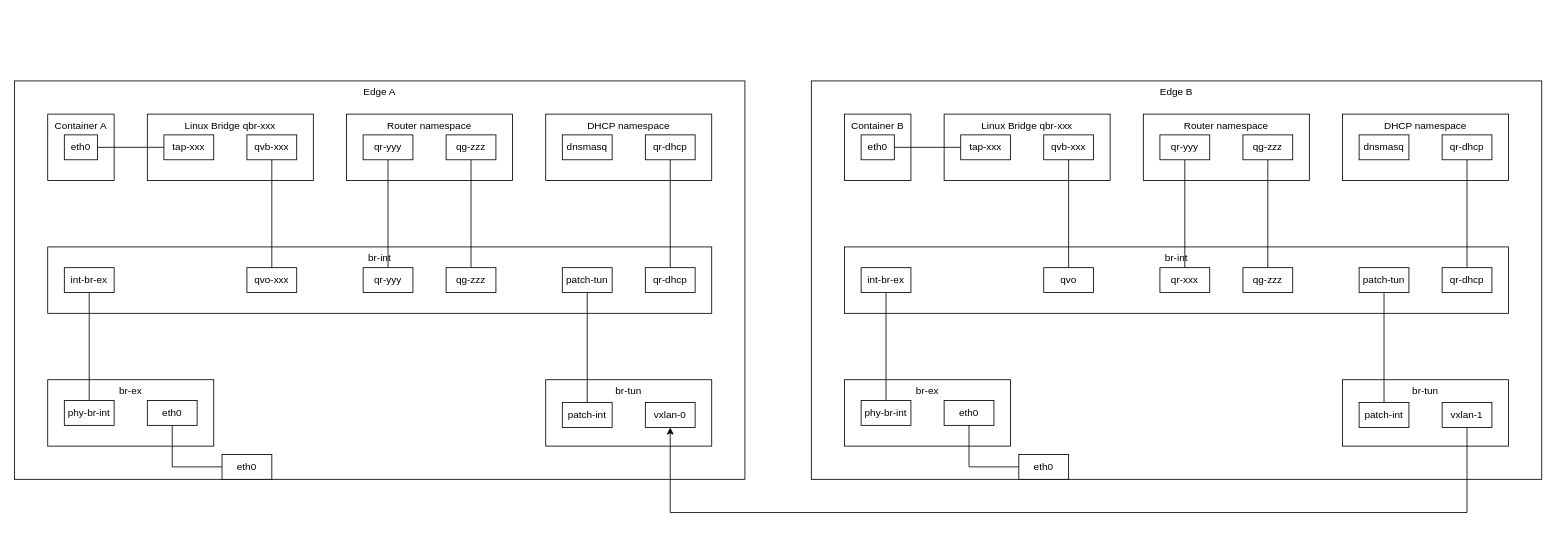
Before: page "单节点同一子网" (1 of 4) of test.drawio in wangkuntian/draw, a draw.io diagram. Source tidied: cells renumbered, new cells numbered last; positions are measured from the earlier drawing's top-left corner, leaving out a move shared by most shapes. Both pictures are drawn from the tidied source at 83%, with x=0, y=0 at pixel (14, 81).
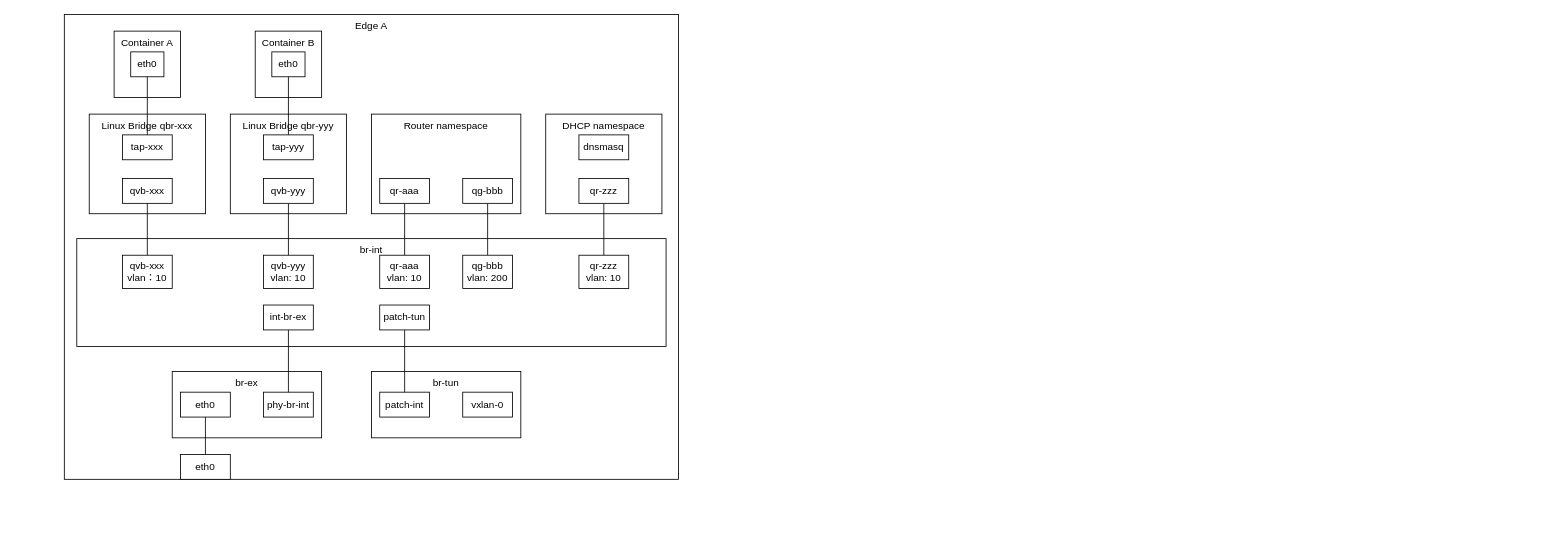
The same diagram, later.

Change to the diagram source:
```diff
@@
     <mxCell id="2" value="Edge A" style="rounded=0;whiteSpace=wrap;html=1;verticalAlign=top;" parent="1" vertex="1">
-      <mxGeometry width="880" height="480" as="geometry" />
+      <mxGeometry x="60" y="-80" width="740" height="560" as="geometry" />
     </mxCell>
     <mxCell id="3" value="Container A" style="whiteSpace=wrap;html=1;verticalAlign=top;strokeColor=default;align=center;fontFamily=Helvetica;fontSize=12;fontColor=default;fillColor=default;" parent="1" vertex="1">
-      <mxGeometry x="40" y="40" width="80" height="80" as="geometry" />
+      <mxGeometry x="120" y="-60" width="80" height="80" as="geometry" />
     </mxCell>
     <mxCell id="4" value="eth0" style="rounded=0;whiteSpace=wrap;html=1;" parent="1" vertex="1">
-      <mxGeometry x="60" y="65" width="40" height="30" as="geometry" />
+      <mxGeometry x="140" y="-35" width="40" height="30" as="geometry" />
     </mxCell>
     <mxCell id="5" value="Linux Bridge qbr-xxx" style="rounded=0;whiteSpace=wrap;html=1;verticalAlign=top;" parent="1" vertex="1">
-      <mxGeometry x="160" y="40" width="200" height="80" as="geometry" />
+      <mxGeometry x="90" y="40" width="140" height="120" as="geometry" />
     </mxCell>
     <mxCell id="6" value="tap-xxx" style="rounded=0;whiteSpace=wrap;html=1;" parent="1" vertex="1">
-      <mxGeometry x="180" y="65" width="60" height="30" as="geometry" />
+      <mxGeometry x="130" y="65" width="60" height="30" as="geometry" />
     </mxCell>
     <mxCell id="7" value="qvb-xxx" style="rounded=0;whiteSpace=wrap;html=1;" parent="1" vertex="1">
-      <mxGeometry x="280" y="65" width="60" height="30" as="geometry" />
+      <mxGeometry x="130" y="117.5" width="60" height="30" as="geometry" />
     </mxCell>
     <mxCell id="8" value="br-int" style="rounded=0;whiteSpace=wrap;html=1;verticalAlign=top;" parent="1" vertex="1">
-      <mxGeometry x="40" y="200" width="800" height="80" as="geometry" />
+      <mxGeometry x="75" y="190" width="710" height="130" as="geometry" />
     </mxCell>
-    <mxCell id="9" value="qvo-xxx" style="rounded=0;whiteSpace=wrap;html=1;" parent="1" vertex="1">
-      <mxGeometry x="280" y="225" width="60" height="30" as="geometry" />
-    </mxCell>
     <mxCell id="10" value="DHCP namespace" style="rounded=0;whiteSpace=wrap;html=1;verticalAlign=top;" parent="1" vertex="1">
-      <mxGeometry x="640" y="40" width="200" height="80" as="geometry" />
+      <mxGeometry x="640" y="40" width="140" height="120" as="geometry" />
     </mxCell>
-    <mxCell id="11" style="edgeStyle=orthogonalEdgeStyle;rounded=0;jettySize=auto;html=1;entryX=0.5;entryY=0;entryDx=0;entryDy=0;endArrow=none;startFill=0;" parent="1" edge="1" source="12" target="14">
+    <mxCell id="11" style="edgeStyle=orthogonalEdgeStyle;rounded=0;jettySize=auto;html=1;endArrow=none;startFill=0;" parent="1" edge="1" source="12" target="14">
       <mxGeometry relative="1" as="geometry" />
     </mxCell>
-    <mxCell id="12" value="qr-dhcp" style="rounded=0;whiteSpace=wrap;html=1;" parent="1" vertex="1">
-      <mxGeometry x="760" y="65" width="60" height="30" as="geometry" />
+    <mxCell id="12" value="qr-zzz" style="rounded=0;whiteSpace=wrap;html=1;" parent="1" vertex="1">
+      <mxGeometry x="680" y="117.5" width="60" height="30" as="geometry" />
     </mxCell>
-    <mxCell id="13" value="qr-yyy" style="rounded=0;whiteSpace=wrap;html=1;" parent="1" vertex="1">
-      <mxGeometry x="420" y="225" width="60" height="30" as="geometry" />
+    <mxCell id="13" value="qr-aaa&lt;div&gt;vlan: 10&lt;/div&gt;" style="rounded=0;whiteSpace=wrap;html=1;" parent="1" vertex="1">
+      <mxGeometry x="440" y="210" width="60" height="40" as="geometry" />
     </mxCell>
-    <mxCell id="14" value="qr-dhcp" style="rounded=0;whiteSpace=wrap;html=1;" parent="1" vertex="1">
-      <mxGeometry x="760" y="225" width="60" height="30" as="geometry" />
+    <mxCell id="14" value="qr-zzz&lt;br&gt;vlan: 10" style="rounded=0;whiteSpace=wrap;html=1;" parent="1" vertex="1">
+      <mxGeometry x="680" y="210" width="60" height="40" as="geometry" />
     </mxCell>
     <mxCell id="15" value="dnsmasq" style="rounded=0;whiteSpace=wrap;html=1;" parent="1" vertex="1">
-      <mxGeometry x="660" y="65" width="60" height="30" as="geometry" />
+      <mxGeometry x="680" y="65" width="60" height="30" as="geometry" />
     </mxCell>
     <mxCell id="16" value="Router namespace" style="rounded=0;whiteSpace=wrap;html=1;verticalAlign=top;" parent="1" vertex="1">
-      <mxGeometry x="400" y="40" width="200" height="80" as="geometry" />
+      <mxGeometry x="430" y="40" width="180" height="120" as="geometry" />
     </mxCell>
-    <mxCell id="17" style="edgeStyle=orthogonalEdgeStyle;rounded=0;jettySize=auto;html=1;entryX=0.5;entryY=0;entryDx=0;entryDy=0;endArrow=none;startFill=0;" parent="1" edge="1" source="18" target="13">
+    <mxCell id="17" style="edgeStyle=orthogonalEdgeStyle;rounded=0;jettySize=auto;html=1;endArrow=none;startFill=0;" parent="1" edge="1" source="18" target="13">
       <mxGeometry relative="1" as="geometry" />
     </mxCell>
-    <mxCell id="18" value="qr-yyy" style="rounded=0;whiteSpace=wrap;html=1;" parent="1" vertex="1">
-      <mxGeometry x="420" y="65" width="60" height="30" as="geometry" />
+    <mxCell id="18" value="qr-aaa" style="rounded=0;whiteSpace=wrap;html=1;" parent="1" vertex="1">
+      <mxGeometry x="440" y="117.5" width="60" height="30" as="geometry" />
     </mxCell>
@@
-    <mxCell id="20" value="qg-zzz" style="rounded=0;whiteSpace=wrap;html=1;" parent="1" vertex="1">
-      <mxGeometry x="520" y="65" width="60" height="30" as="geometry" />
-    </mxCell>
     <mxCell id="21" value="br-tun&lt;div&gt;&lt;br&gt;&lt;/div&gt;" style="rounded=0;whiteSpace=wrap;html=1;verticalAlign=top;" parent="1" vertex="1">
-      <mxGeometry x="640" y="360" width="200" height="80" as="geometry" />
+      <mxGeometry x="430" y="350" width="180" height="80" as="geometry" />
     </mxCell>
     <mxCell id="22" value="br-ex&lt;div&gt;&lt;br&gt;&lt;/div&gt;" style="rounded=0;whiteSpace=wrap;html=1;verticalAlign=top;" parent="1" vertex="1">
-      <mxGeometry x="40" y="360" width="200" height="80" as="geometry" />
+      <mxGeometry x="190" y="350" width="180" height="80" as="geometry" />
     </mxCell>
     <mxCell id="23" value="eth0" style="rounded=0;whiteSpace=wrap;html=1;" parent="1" vertex="1">
-      <mxGeometry x="160" y="385" width="60" height="30" as="geometry" />
+      <mxGeometry x="200" y="375" width="60" height="30" as="geometry" />
     </mxCell>
-    <mxCell id="24" style="edgeStyle=orthogonalEdgeStyle;rounded=0;jettySize=auto;html=1;entryX=0.5;entryY=1;entryDx=0;entryDy=0;endArrow=none;startFill=0;" parent="1" edge="1" source="25" target="26">
-      <mxGeometry relative="1" as="geometry" />
-    </mxCell>
     <mxCell id="25" value="patch-int" style="rounded=0;whiteSpace=wrap;html=1;" parent="1" vertex="1">
-      <mxGeometry x="660" y="387.5" width="60" height="30" as="geometry" />
+      <mxGeometry x="440" y="375" width="60" height="30" as="geometry" />
     </mxCell>
-    <mxCell id="26" value="patch-tun" style="rounded=0;whiteSpace=wrap;html=1;" parent="1" vertex="1">
-      <mxGeometry x="660" y="225" width="60" height="30" as="geometry" />
-    </mxCell>
-    <mxCell id="27" style="edgeStyle=orthogonalEdgeStyle;rounded=0;jettySize=auto;html=1;endArrow=none;startFill=0;" parent="1" edge="1" source="28" target="29">
-      <mxGeometry relative="1" as="geometry" />
-    </mxCell>
-    <mxCell id="28" value="int-br-ex" style="rounded=0;whiteSpace=wrap;html=1;" parent="1" vertex="1">
-      <mxGeometry x="60" y="225" width="60" height="30" as="geometry" />
-    </mxCell>
     <mxCell id="29" value="phy-br-int" style="rounded=0;whiteSpace=wrap;html=1;" parent="1" vertex="1">
-      <mxGeometry x="60" y="385" width="60" height="30" as="geometry" />
+      <mxGeometry x="300" y="375" width="60" height="30" as="geometry" />
     </mxCell>
@@
-    <mxCell id="31" style="edgeStyle=orthogonalEdgeStyle;rounded=0;jettySize=auto;html=1;entryX=0.5;entryY=0;entryDx=0;entryDy=0;endArrow=none;startFill=0;" parent="1" edge="1" source="7" target="9">
-      <mxGeometry relative="1" as="geometry" />
+    <mxCell id="31" style="edgeStyle=orthogonalEdgeStyle;rounded=0;jettySize=auto;html=1;entryX=0.5;entryY=0;entryDx=0;entryDy=0;endArrow=none;startFill=0;" parent="1" edge="1" source="7">
+      <mxGeometry relative="1" as="geometry">
+        <mxPoint x="160" y="225" as="targetPoint" />
+      </mxGeometry>
     </mxCell>
-    <mxCell id="32" value="qg-zzz" style="rounded=0;whiteSpace=wrap;html=1;" parent="1" vertex="1">
-      <mxGeometry x="520" y="225" width="60" height="30" as="geometry" />
+    <mxCell id="32" value="qg-bbb&lt;div&gt;vlan: 200&lt;/div&gt;" style="rounded=0;whiteSpace=wrap;html=1;" parent="1" vertex="1">
+      <mxGeometry x="540" y="210" width="60" height="40" as="geometry" />
     </mxCell>
@@
     <mxCell id="34" value="eth0" style="rounded=0;whiteSpace=wrap;html=1;" parent="1" vertex="1">
-      <mxGeometry x="250" y="450" width="60" height="30" as="geometry" />
+      <mxGeometry x="200" y="450" width="60" height="30" as="geometry" />
     </mxCell>
-    <mxCell id="35" value="Edge B" style="rounded=0;whiteSpace=wrap;html=1;verticalAlign=top;" parent="1" vertex="1">
-      <mxGeometry x="960" width="880" height="480" as="geometry" />
-    </mxCell>
+    <mxCell id="68" value="vxlan-0" style="rounded=0;whiteSpace=wrap;html=1;" parent="1" vertex="1">
+      <mxGeometry x="540" y="375" width="60" height="30" as="geometry" />
+    </mxCell>
     <mxCell id="36" value="Container B" style="whiteSpace=wrap;html=1;verticalAlign=top;strokeColor=default;align=center;fontFamily=Helvetica;fontSize=12;fontColor=default;fillColor=default;" parent="1" vertex="1">
-      <mxGeometry x="1000" y="40" width="80" height="80" as="geometry" />
+      <mxGeometry x="290" y="-60" width="80" height="80" as="geometry" />
     </mxCell>
-    <mxCell id="37" value="eth0" style="rounded=0;whiteSpace=wrap;html=1;" parent="1" vertex="1">
-      <mxGeometry x="1020" y="65" width="40" height="30" as="geometry" />
-    </mxCell>
-    <mxCell id="38" value="Linux Bridge qbr-xxx" style="rounded=0;whiteSpace=wrap;html=1;verticalAlign=top;" parent="1" vertex="1">
-      <mxGeometry x="1120" y="40" width="200" height="80" as="geometry" />
-    </mxCell>
-    <mxCell id="39" value="tap-xxx" style="rounded=0;whiteSpace=wrap;html=1;" parent="1" vertex="1">
-      <mxGeometry x="1140" y="65" width="60" height="30" as="geometry" />
-    </mxCell>
-    <mxCell id="40" value="qvb-xxx" style="rounded=0;whiteSpace=wrap;html=1;" parent="1" vertex="1">
-      <mxGeometry x="1240" y="65" width="60" height="30" as="geometry" />
-    </mxCell>
-    <mxCell id="41" value="br-int" style="rounded=0;whiteSpace=wrap;html=1;verticalAlign=top;" parent="1" vertex="1">
-      <mxGeometry x="1000" y="200" width="800" height="80" as="geometry" />
-    </mxCell>
-    <mxCell id="42" value="qvo" style="rounded=0;whiteSpace=wrap;html=1;" parent="1" vertex="1">
-      <mxGeometry x="1240" y="225" width="60" height="30" as="geometry" />
-    </mxCell>
-    <mxCell id="43" value="DHCP namespace" style="rounded=0;whiteSpace=wrap;html=1;verticalAlign=top;" parent="1" vertex="1">
-      <mxGeometry x="1600" y="40" width="200" height="80" as="geometry" />
-    </mxCell>
-    <mxCell id="44" style="edgeStyle=orthogonalEdgeStyle;rounded=0;jettySize=auto;html=1;entryX=0.5;entryY=0;entryDx=0;entryDy=0;endArrow=none;startFill=0;" parent="1" edge="1" source="45" target="47">
-      <mxGeometry relative="1" as="geometry" />
-    </mxCell>
-    <mxCell id="45" value="qr-dhcp" style="rounded=0;whiteSpace=wrap;html=1;" parent="1" vertex="1">
-      <mxGeometry x="1720" y="65" width="60" height="30" as="geometry" />
-    </mxCell>
-    <mxCell id="46" value="qr-xxx" style="rounded=0;whiteSpace=wrap;html=1;" parent="1" vertex="1">
-      <mxGeometry x="1380" y="225" width="60" height="30" as="geometry" />
-    </mxCell>
-    <mxCell id="47" value="qr-dhcp" style="rounded=0;whiteSpace=wrap;html=1;" parent="1" vertex="1">
-      <mxGeometry x="1720" y="225" width="60" height="30" as="geometry" />
-    </mxCell>
-    <mxCell id="48" value="dnsmasq" style="rounded=0;whiteSpace=wrap;html=1;" parent="1" vertex="1">
-      <mxGeometry x="1620" y="65" width="60" height="30" as="geometry" />
-    </mxCell>
-    <mxCell id="49" value="Router namespace" style="rounded=0;whiteSpace=wrap;html=1;verticalAlign=top;" parent="1" vertex="1">
-      <mxGeometry x="1360" y="40" width="200" height="80" as="geometry" />
-    </mxCell>
-    <mxCell id="50" style="edgeStyle=orthogonalEdgeStyle;rounded=0;jettySize=auto;html=1;entryX=0.5;entryY=0;entryDx=0;entryDy=0;endArrow=none;startFill=0;" parent="1" edge="1" source="51" target="46">
-      <mxGeometry relative="1" as="geometry" />
-    </mxCell>
-    <mxCell id="51" value="qr-yyy" style="rounded=0;whiteSpace=wrap;html=1;" parent="1" vertex="1">
-      <mxGeometry x="1380" y="65" width="60" height="30" as="geometry" />
-    </mxCell>
-    <mxCell id="52" style="edgeStyle=orthogonalEdgeStyle;rounded=0;jettySize=auto;html=1;entryX=0.5;entryY=0;entryDx=0;entryDy=0;endArrow=none;startFill=0;" parent="1" edge="1" source="53" target="65">
-      <mxGeometry relative="1" as="geometry" />
-    </mxCell>
-    <mxCell id="53" value="qg-zzz" style="rounded=0;whiteSpace=wrap;html=1;" parent="1" vertex="1">
-      <mxGeometry x="1480" y="65" width="60" height="30" as="geometry" />
-    </mxCell>
-    <mxCell id="54" value="br-tun&lt;div&gt;&lt;br&gt;&lt;/div&gt;" style="rounded=0;whiteSpace=wrap;html=1;verticalAlign=top;" parent="1" vertex="1">
-      <mxGeometry x="1600" y="360" width="200" height="80" as="geometry" />
-    </mxCell>
-    <mxCell id="55" value="br-ex&lt;div&gt;&lt;br&gt;&lt;/div&gt;" style="rounded=0;whiteSpace=wrap;html=1;verticalAlign=top;" parent="1" vertex="1">
-      <mxGeometry x="1000" y="360" width="200" height="80" as="geometry" />
-    </mxCell>
-    <mxCell id="56" value="eth0" style="rounded=0;whiteSpace=wrap;html=1;" parent="1" vertex="1">
-      <mxGeometry x="1120" y="385" width="60" height="30" as="geometry" />
-    </mxCell>
-    <mxCell id="57" style="edgeStyle=orthogonalEdgeStyle;rounded=0;jettySize=auto;html=1;entryX=0.5;entryY=1;entryDx=0;entryDy=0;endArrow=none;startFill=0;" parent="1" edge="1" source="58" target="59">
-      <mxGeometry relative="1" as="geometry" />
-    </mxCell>
-    <mxCell id="58" value="patch-int" style="rounded=0;whiteSpace=wrap;html=1;" parent="1" vertex="1">
-      <mxGeometry x="1620" y="387.5" width="60" height="30" as="geometry" />
-    </mxCell>
-    <mxCell id="59" value="patch-tun" style="rounded=0;whiteSpace=wrap;html=1;" parent="1" vertex="1">
-      <mxGeometry x="1620" y="225" width="60" height="30" as="geometry" />
-    </mxCell>
-    <mxCell id="60" style="edgeStyle=orthogonalEdgeStyle;rounded=0;jettySize=auto;html=1;endArrow=none;startFill=0;" parent="1" edge="1" source="61" target="62">
-      <mxGeometry relative="1" as="geometry" />
-    </mxCell>
-    <mxCell id="61" value="int-br-ex" style="rounded=0;whiteSpace=wrap;html=1;" parent="1" vertex="1">
-      <mxGeometry x="1020" y="225" width="60" height="30" as="geometry" />
-    </mxCell>
-    <mxCell id="62" value="phy-br-int" style="rounded=0;whiteSpace=wrap;html=1;" parent="1" vertex="1">
-      <mxGeometry x="1020" y="385" width="60" height="30" as="geometry" />
-    </mxCell>
-    <mxCell id="63" style="rounded=0;jettySize=auto;html=1;endArrow=none;endFill=1;startFill=0;edgeStyle=orthogonalEdgeStyle;" parent="1" edge="1" source="37" target="39">
-      <mxGeometry relative="1" as="geometry" />
-    </mxCell>
-    <mxCell id="64" style="edgeStyle=orthogonalEdgeStyle;rounded=0;jettySize=auto;html=1;entryX=0.5;entryY=0;entryDx=0;entryDy=0;endArrow=none;startFill=0;" parent="1" edge="1" source="40" target="42">
-      <mxGeometry relative="1" as="geometry" />
-    </mxCell>
-    <mxCell id="65" value="qg-zzz" style="rounded=0;whiteSpace=wrap;html=1;" parent="1" vertex="1">
-      <mxGeometry x="1480" y="225" width="60" height="30" as="geometry" />
-    </mxCell>
-    <mxCell id="66" style="edgeStyle=orthogonalEdgeStyle;rounded=0;jettySize=auto;html=1;endArrow=none;startFill=0;" parent="1" edge="1" source="67" target="56">
-      <mxGeometry relative="1" as="geometry" />
-    </mxCell>
-    <mxCell id="67" value="eth0" style="rounded=0;whiteSpace=wrap;html=1;" parent="1" vertex="1">
-      <mxGeometry x="1210" y="450" width="60" height="30" as="geometry" />
-    </mxCell>
-    <mxCell id="68" value="vxlan-0" style="rounded=0;whiteSpace=wrap;html=1;" parent="1" vertex="1">
-      <mxGeometry x="760" y="387.5" width="60" height="30" as="geometry" />
-    </mxCell>
-    <mxCell id="69" style="edgeStyle=orthogonalEdgeStyle;rounded=0;jettySize=auto;html=1;entryX=0.5;entryY=1;entryDx=0;entryDy=0;" parent="1" edge="1" source="70" target="68">
-      <mxGeometry relative="1" as="geometry">
-        <Array as="points">
-          <mxPoint x="1750" y="520" />
-          <mxPoint x="790" y="520" />
-        </Array>
-      </mxGeometry>
-    </mxCell>
-    <mxCell id="70" value="vxlan-1" style="rounded=0;whiteSpace=wrap;html=1;" parent="1" vertex="1">
-      <mxGeometry x="1720" y="387.5" width="60" height="30" as="geometry" />
-    </mxCell>
+    <mxCell id="71" value="eth0" style="rounded=0;whiteSpace=wrap;html=1;" parent="1" vertex="1">
+      <mxGeometry x="310" y="-35" width="40" height="30" as="geometry" />
+    </mxCell>
+    <mxCell id="72" value="Linux Bridge qbr-yyy" style="rounded=0;whiteSpace=wrap;html=1;verticalAlign=top;" parent="1" vertex="1">
+      <mxGeometry x="260" y="40" width="140" height="120" as="geometry" />
+    </mxCell>
+    <mxCell id="73" value="tap-yyy" style="rounded=0;whiteSpace=wrap;html=1;" parent="1" vertex="1">
+      <mxGeometry x="300" y="65" width="60" height="30" as="geometry" />
+    </mxCell>
+    <mxCell id="74" style="edgeStyle=orthogonalEdgeStyle;rounded=0;jettySize=auto;html=1;endArrow=none;startFill=0;" parent="1" edge="1" source="75" target="78">
+      <mxGeometry relative="1" as="geometry" />
+    </mxCell>
+    <mxCell id="75" value="qvb-yyy" style="rounded=0;whiteSpace=wrap;html=1;" parent="1" vertex="1">
+      <mxGeometry x="300" y="117.5" width="60" height="30" as="geometry" />
+    </mxCell>
+    <mxCell id="76" style="rounded=0;jettySize=auto;html=1;endArrow=none;endFill=1;startFill=0;edgeStyle=orthogonalEdgeStyle;" parent="1" edge="1" source="71" target="73">
+      <mxGeometry relative="1" as="geometry" />
+    </mxCell>
+    <mxCell id="77" value="qvb-xxx&lt;br&gt;vlan：10" style="rounded=0;whiteSpace=wrap;html=1;" parent="1" vertex="1">
+      <mxGeometry x="130" y="210" width="60" height="40" as="geometry" />
+    </mxCell>
+    <mxCell id="78" value="qvb-yyy&lt;br&gt;vlan: 10" style="rounded=0;whiteSpace=wrap;html=1;" parent="1" vertex="1">
+      <mxGeometry x="300" y="210" width="60" height="40" as="geometry" />
+    </mxCell>
+    <mxCell id="79" style="edgeStyle=orthogonalEdgeStyle;rounded=0;jettySize=auto;html=1;entryX=0.5;entryY=0;entryDx=0;entryDy=0;endArrow=none;startFill=0;" parent="1" edge="1" source="80" target="29">
+      <mxGeometry relative="1" as="geometry" />
+    </mxCell>
+    <mxCell id="80" value="int-br-ex" style="rounded=0;whiteSpace=wrap;html=1;" parent="1" vertex="1">
+      <mxGeometry x="300" y="270" width="60" height="30" as="geometry" />
+    </mxCell>
+    <mxCell id="81" style="edgeStyle=orthogonalEdgeStyle;rounded=0;jettySize=auto;html=1;entryX=0.5;entryY=0;entryDx=0;entryDy=0;endArrow=none;startFill=0;" parent="1" edge="1" source="82" target="25">
+      <mxGeometry relative="1" as="geometry" />
+    </mxCell>
+    <mxCell id="82" value="patch-tun" style="rounded=0;whiteSpace=wrap;html=1;" parent="1" vertex="1">
+      <mxGeometry x="440" y="270" width="60" height="30" as="geometry" />
+    </mxCell>
+    <mxCell id="20" value="qg-bbb" style="rounded=0;whiteSpace=wrap;html=1;" parent="1" vertex="1">
+      <mxGeometry x="540" y="117.5" width="60" height="30" as="geometry" />
+    </mxCell>
```
